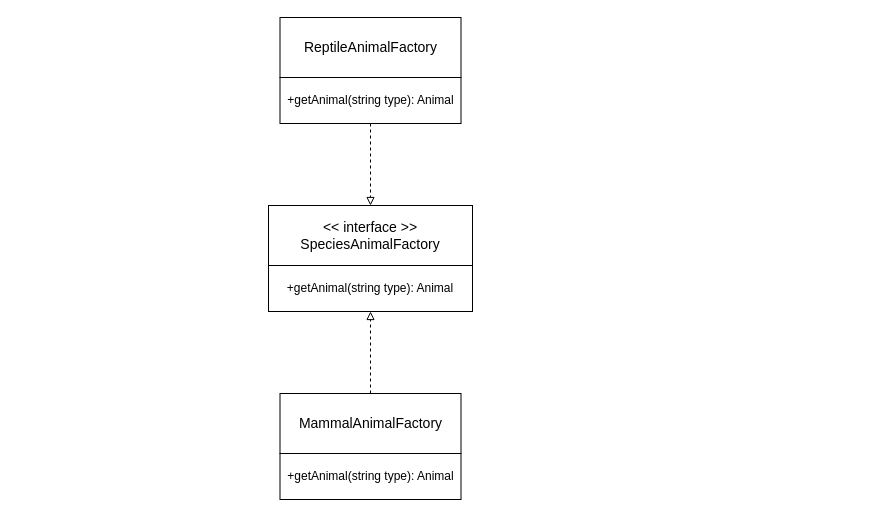
The draw.io diagram Untitled Diagram 2.drawio in quoctrung163/diagram, before the edit. Source tidied: cells renumbered, new cells numbered last; positions are measured from the earlier drawing's top-left corner, leaving out a move shared by most shapes. Both pictures are drawn from the tidied source at 100%, with x=0, y=0 at pixel (268, 17).
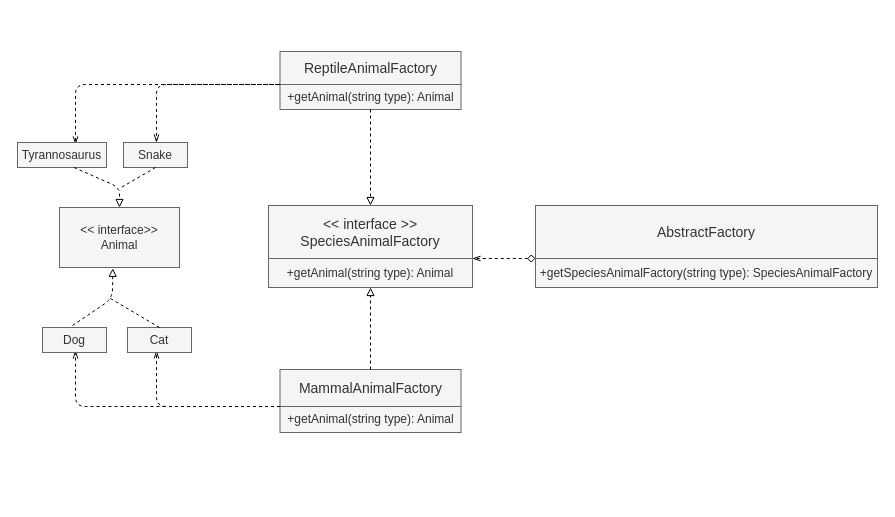
The same diagram, later.

The edit, as a diff of the source:
```diff
@@
-    <mxCell id="2" value="&lt;span style=&quot;font-size: 14px&quot;&gt;&amp;lt;&amp;lt; interface &amp;gt;&amp;gt;&lt;/span&gt;&lt;br style=&quot;font-size: 14px&quot;&gt;&lt;span style=&quot;font-size: 14px&quot;&gt;SpeciesAnimalFactory&lt;/span&gt;" style="rounded=0;whiteSpace=wrap;html=1;" parent="1" vertex="1">
-      <mxGeometry y="188" width="204" height="60" as="geometry" />
+    <mxCell id="2" value="&lt;span style=&quot;font-size: 14px&quot;&gt;&amp;lt;&amp;lt; interface &amp;gt;&amp;gt;&lt;/span&gt;&lt;br style=&quot;font-size: 14px&quot;&gt;&lt;span style=&quot;font-size: 14px&quot;&gt;SpeciesAnimalFactory&lt;/span&gt;" style="rounded=0;whiteSpace=wrap;html=1;fillColor=#f5f5f5;strokeColor=#666666;fontColor=#333333;" parent="1" vertex="1">
+      <mxGeometry y="188" width="204" height="53" as="geometry" />
     </mxCell>
-    <mxCell id="3" value="&lt;font style=&quot;font-size: 14px&quot;&gt;ReptileAnimalFactory&lt;/font&gt;" style="rounded=0;whiteSpace=wrap;html=1;" parent="1" vertex="1">
-      <mxGeometry x="11.5" width="181" height="60" as="geometry" />
+    <mxCell id="3" value="&lt;font style=&quot;font-size: 14px&quot;&gt;ReptileAnimalFactory&lt;/font&gt;" style="rounded=0;whiteSpace=wrap;html=1;fillColor=#f5f5f5;strokeColor=#666666;fontColor=#333333;" parent="1" vertex="1">
+      <mxGeometry x="11.5" y="34" width="181" height="33" as="geometry" />
     </mxCell>
-    <mxCell id="4" value="+getAnimal(string type): Animal" style="rounded=0;whiteSpace=wrap;html=1;" parent="1" vertex="1">
-      <mxGeometry y="248" width="204" height="46" as="geometry" />
+    <mxCell id="4" value="&lt;font style=&quot;font-size: 12px&quot;&gt;+getAnimal(string type): Animal&lt;/font&gt;" style="rounded=0;whiteSpace=wrap;html=1;fillColor=#f5f5f5;strokeColor=#666666;fontColor=#333333;" parent="1" vertex="1">
+      <mxGeometry y="241" width="204" height="29" as="geometry" />
     </mxCell>
-    <mxCell id="5" value="+getAnimal(string type): Animal" style="rounded=0;whiteSpace=wrap;html=1;" parent="1" vertex="1">
-      <mxGeometry x="11.5" y="60" width="181" height="46" as="geometry" />
+    <mxCell id="5" value="+getAnimal(string type): Animal" style="rounded=0;whiteSpace=wrap;html=1;fillColor=#f5f5f5;strokeColor=#666666;fontColor=#333333;" parent="1" vertex="1">
+      <mxGeometry x="11.5" y="67" width="181" height="25" as="geometry" />
     </mxCell>
-    <mxCell id="6" value="&lt;font style=&quot;font-size: 14px&quot;&gt;MammalAnimalFactory&lt;/font&gt;" style="rounded=0;whiteSpace=wrap;html=1;" parent="1" vertex="1">
-      <mxGeometry x="11.5" y="376" width="181" height="60" as="geometry" />
+    <mxCell id="6" value="&lt;font style=&quot;font-size: 14px&quot;&gt;MammalAnimalFactory&lt;/font&gt;" style="rounded=0;whiteSpace=wrap;html=1;fillColor=#f5f5f5;strokeColor=#666666;fontColor=#333333;" parent="1" vertex="1">
+      <mxGeometry x="11.5" y="352" width="181" height="37" as="geometry" />
     </mxCell>
-    <mxCell id="7" value="+getAnimal(string type): Animal" style="rounded=0;whiteSpace=wrap;html=1;" parent="1" vertex="1">
-      <mxGeometry x="11.5" y="436" width="181" height="46" as="geometry" />
+    <mxCell id="7" value="+getAnimal(string type): Animal" style="rounded=0;whiteSpace=wrap;html=1;fillColor=#f5f5f5;strokeColor=#666666;fontColor=#333333;" parent="1" vertex="1">
+      <mxGeometry x="11.5" y="389" width="181" height="26" as="geometry" />
     </mxCell>
@@
+    <mxCell id="10" style="endArrow=openThin;html=1;dashed=1;exitX=0;exitY=1;exitDx=0;exitDy=0;endFill=0;arcSize=20;shadow=0;sketch=0;jumpSize=6;" parent="1" edge="1" source="3">
+      <mxGeometry relative="1" as="geometry">
+        <mxPoint x="-112" y="125" as="targetPoint" />
+        <Array as="points">
+          <mxPoint x="-112" y="67" />
+        </Array>
+      </mxGeometry>
+    </mxCell>
+    <mxCell id="11" style="endArrow=openThin;html=1;dashed=1;exitX=0;exitY=1;exitDx=0;exitDy=0;endFill=0;arcSize=20;shadow=0;sketch=0;jumpSize=6;" parent="1" edge="1">
+      <mxGeometry relative="1" as="geometry">
+        <mxPoint x="9.5" y="67" as="sourcePoint" />
+        <mxPoint x="-193" y="127" as="targetPoint" />
+        <Array as="points">
+          <mxPoint x="-114" y="67" />
+          <mxPoint x="-193" y="67" />
+        </Array>
+      </mxGeometry>
+    </mxCell>
+    <mxCell id="12" value="Snake" style="rounded=0;whiteSpace=wrap;html=1;fillColor=#f5f5f5;strokeColor=#666666;fontColor=#333333;" parent="1" vertex="1">
+      <mxGeometry x="-145" y="125" width="64" height="25" as="geometry" />
+    </mxCell>
+    <mxCell id="13" style="endArrow=openThin;html=1;dashed=1;exitX=0;exitY=1;exitDx=0;exitDy=0;endFill=0;arcSize=20;shadow=0;sketch=0;jumpSize=6;" parent="1" edge="1">
+      <mxGeometry relative="1" as="geometry">
+        <mxPoint x="11.5" y="389" as="sourcePoint" />
+        <mxPoint x="-112" y="333" as="targetPoint" />
+        <Array as="points">
+          <mxPoint x="-112" y="389" />
+        </Array>
+      </mxGeometry>
+    </mxCell>
+    <mxCell id="14" value="Tyrannosaurus" style="rounded=0;whiteSpace=wrap;html=1;fillColor=#f5f5f5;strokeColor=#666666;fontColor=#333333;" parent="1" vertex="1">
+      <mxGeometry x="-251" y="125" width="89" height="25" as="geometry" />
+    </mxCell>
+    <mxCell id="15" value="Cat" style="rounded=0;whiteSpace=wrap;html=1;fillColor=#f5f5f5;strokeColor=#666666;fontColor=#333333;" parent="1" vertex="1">
+      <mxGeometry x="-141" y="310" width="64" height="25" as="geometry" />
+    </mxCell>
+    <mxCell id="16" style="endArrow=openThin;html=1;dashed=1;endFill=0;arcSize=20;shadow=0;sketch=0;jumpSize=6;" parent="1" edge="1">
+      <mxGeometry relative="1" as="geometry">
+        <mxPoint x="-103" y="389" as="sourcePoint" />
+        <mxPoint x="-193" y="333" as="targetPoint" />
+        <Array as="points">
+          <mxPoint x="-193" y="389" />
+        </Array>
+      </mxGeometry>
+    </mxCell>
+    <mxCell id="17" value="Dog" style="rounded=0;whiteSpace=wrap;html=1;fillColor=#f5f5f5;strokeColor=#666666;fontColor=#333333;" parent="1" vertex="1">
+      <mxGeometry x="-226" y="310" width="64" height="25" as="geometry" />
+    </mxCell>
+    <mxCell id="18" value="&amp;lt;&amp;lt; interface&amp;gt;&amp;gt;&lt;br&gt;Animal" style="rounded=0;whiteSpace=wrap;html=1;fillColor=#f5f5f5;strokeColor=#666666;fontColor=#333333;" parent="1" vertex="1">
+      <mxGeometry x="-209" y="190" width="120" height="60" as="geometry" />
+    </mxCell>
+    <mxCell id="19" style="endArrow=block;html=1;dashed=1;entryX=0.5;entryY=0;entryDx=0;entryDy=0;exitX=0.5;exitY=1;exitDx=0;exitDy=0;endFill=0;" parent="1" edge="1" target="18">
+      <mxGeometry relative="1" as="geometry">
+        <mxPoint x="-194.4" y="150" as="sourcePoint" />
+        <Array as="points">
+          <mxPoint x="-149" y="170" />
+        </Array>
+      </mxGeometry>
+    </mxCell>
+    <mxCell id="20" style="endArrow=none;dashed=1;html=1;endFill=0;exitX=0.5;exitY=1;exitDx=0;exitDy=0;" parent="1" edge="1" source="12">
+      <mxGeometry relative="1" as="geometry">
+        <mxPoint x="-149" y="171" as="targetPoint" />
+      </mxGeometry>
+    </mxCell>
+    <mxCell id="21" style="endArrow=block;html=1;dashed=1;entryX=0.444;entryY=1.014;entryDx=0;entryDy=0;endFill=0;entryPerimeter=0;" parent="1" edge="1" target="18">
+      <mxGeometry relative="1" as="geometry">
+        <mxPoint x="-196" y="308" as="sourcePoint" />
+        <Array as="points">
+          <mxPoint x="-156" y="281" />
+        </Array>
+      </mxGeometry>
+    </mxCell>
+    <mxCell id="22" style="endArrow=none;dashed=1;html=1;exitX=0.5;exitY=0;exitDx=0;exitDy=0;endFill=0;" parent="1" edge="1" source="15">
+      <mxGeometry relative="1" as="geometry">
+        <mxPoint x="-158" y="281" as="targetPoint" />
+      </mxGeometry>
+    </mxCell>
+    <mxCell id="23" value="&lt;span style=&quot;font-size: 14px&quot;&gt;AbstractFactory&lt;/span&gt;" style="rounded=0;whiteSpace=wrap;html=1;fillColor=#f5f5f5;strokeColor=#666666;fontColor=#333333;" parent="1" vertex="1">
+      <mxGeometry x="267" y="188" width="342" height="53" as="geometry" />
+    </mxCell>
+    <mxCell id="24" value="&lt;font style=&quot;font-size: 12px&quot;&gt;+getSpeciesAnimalFactory(string type): SpeciesAnimalFactory&lt;/font&gt;" style="rounded=0;whiteSpace=wrap;html=1;fillColor=#f5f5f5;strokeColor=#666666;fontColor=#333333;" parent="1" vertex="1">
+      <mxGeometry x="267" y="241" width="342" height="29" as="geometry" />
+    </mxCell>
+    <mxCell id="25" style="endArrow=openThin;html=1;dashed=1;exitX=0;exitY=1;exitDx=0;exitDy=0;endFill=0;arcSize=20;shadow=0;sketch=0;jumpSize=6;entryX=1;entryY=0;entryDx=0;entryDy=0;startArrow=diamond;startFill=0;" parent="1" edge="1" target="4">
+      <mxGeometry relative="1" as="geometry">
+        <mxPoint x="267" y="241" as="sourcePoint" />
+      </mxGeometry>
+    </mxCell>
```
